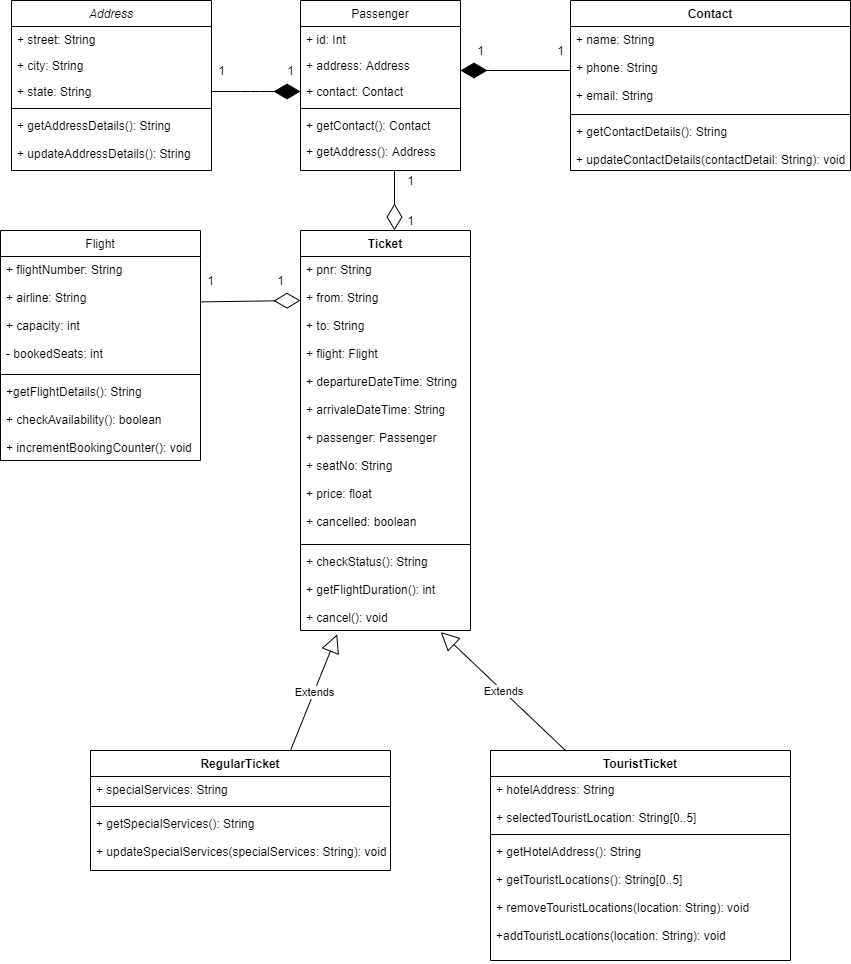
Earlier version of the draw.io export diagram.png (Kishan2407/assignment-1). Source tidied: cells renumbered, new cells last; positions are measured from the earlier drawing's top-left corner, leaving out a move shared by most shapes.
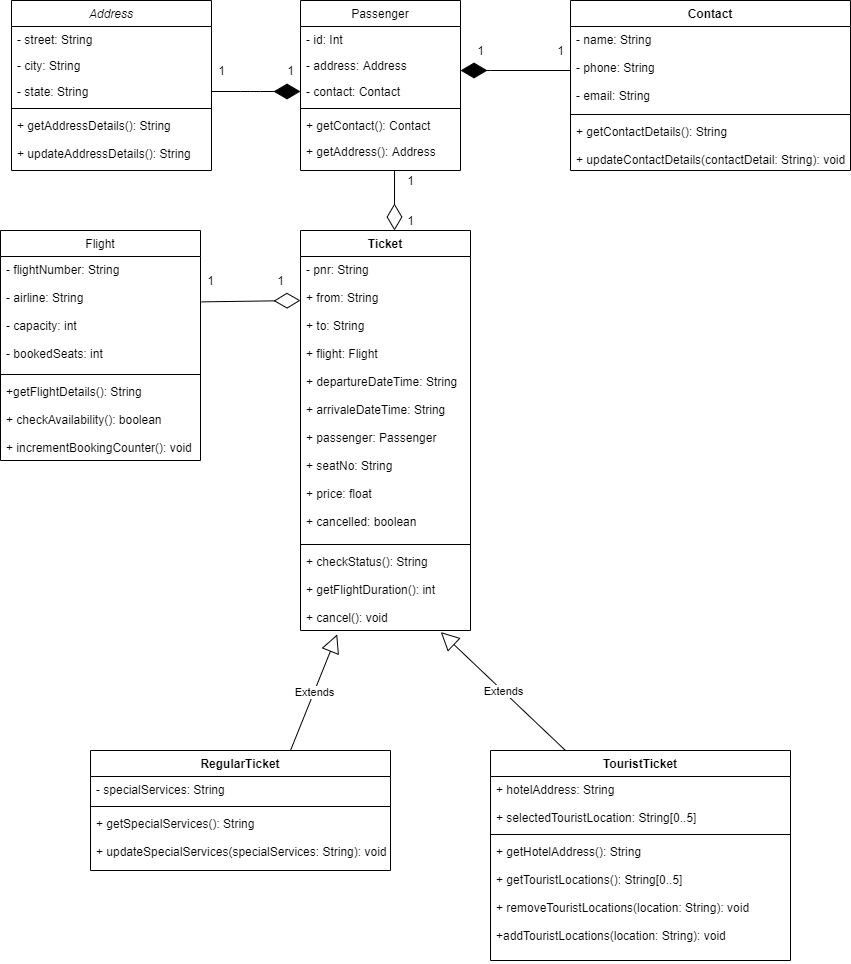
Above is the later version.

What changed in the source:
```diff
@@ -5,13 +5,13 @@
     <mxCell id="2" value="Address" style="swimlane;fontStyle=2;align=center;verticalAlign=top;horizontal=1;startSize=26;rounded=0;shadow=0;strokeWidth=1;" parent="1" vertex="1">
       <mxGeometry x="11" width="200" height="170" as="geometry" />
     </mxCell>
-    <mxCell id="3" value="+ street: String" style="text;align=left;verticalAlign=top;spacingLeft=4;spacingRight=4;overflow=hidden;" parent="2" vertex="1">
+    <mxCell id="3" value="- street: String" style="text;align=left;verticalAlign=top;spacingLeft=4;spacingRight=4;overflow=hidden;" parent="2" vertex="1">
       <mxGeometry y="26" width="200" height="26" as="geometry" />
     </mxCell>
-    <mxCell id="4" value="+ city: String" style="text;align=left;verticalAlign=top;spacingLeft=4;spacingRight=4;overflow=hidden;rounded=0;shadow=0;html=0;" parent="2" vertex="1">
+    <mxCell id="4" value="- city: String" style="text;align=left;verticalAlign=top;spacingLeft=4;spacingRight=4;overflow=hidden;rounded=0;shadow=0;html=0;" parent="2" vertex="1">
       <mxGeometry y="52" width="200" height="26" as="geometry" />
     </mxCell>
-    <mxCell id="5" value="+ state: String" style="text;align=left;verticalAlign=top;spacingLeft=4;spacingRight=4;overflow=hidden;points=[[0,0.5],[1,0.5]];portConstraint=eastwest;rounded=0;shadow=0;html=0;" parent="2" vertex="1">
+    <mxCell id="5" value="- state: String" style="text;align=left;verticalAlign=top;spacingLeft=4;spacingRight=4;overflow=hidden;points=[[0,0.5],[1,0.5]];portConstraint=eastwest;rounded=0;shadow=0;html=0;" parent="2" vertex="1">
       <mxGeometry y="78" width="200" height="26" as="geometry" />
     </mxCell>
     <mxCell id="6" style="line;html=1;strokeWidth=1;align=left;verticalAlign=middle;spacingTop=-1;spacingLeft=3;spacingRight=3;labelPosition=right;" parent="2" vertex="1">
@@ -23,7 +23,7 @@
     <mxCell id="8" value="Flight" style="swimlane;fontStyle=0;align=center;verticalAlign=top;horizontal=1;startSize=26;rounded=0;shadow=0;strokeWidth=1;" parent="1" vertex="1">
       <mxGeometry y="230" width="200" height="230" as="geometry" />
     </mxCell>
-    <mxCell id="9" value="+ flightNumber: String&#10;&#10;+ airline: String&#10;&#10;+ capacity: int&#10;&#10;- bookedSeats: int" style="text;align=left;verticalAlign=top;spacingLeft=4;spacingRight=4;overflow=hidden;points=[[0,0.5],[1,0.5]];portConstraint=eastwest;" parent="8" vertex="1">
+    <mxCell id="9" value="- flightNumber: String&#10;&#10;- airline: String&#10;&#10;- capacity: int&#10;&#10;- bookedSeats: int" style="text;align=left;verticalAlign=top;spacingLeft=4;spacingRight=4;overflow=hidden;points=[[0,0.5],[1,0.5]];portConstraint=eastwest;" parent="8" vertex="1">
       <mxGeometry y="26" width="200" height="114" as="geometry" />
     </mxCell>
     <mxCell id="10" style="line;html=1;strokeWidth=1;align=left;verticalAlign=middle;spacingTop=-1;spacingLeft=3;spacingRight=3;labelPosition=right;" parent="8" vertex="1">
@@ -35,13 +35,13 @@
     <mxCell id="12" value="Passenger" style="swimlane;fontStyle=0;align=center;verticalAlign=top;horizontal=1;startSize=26;rounded=0;shadow=0;strokeWidth=1;" parent="1" vertex="1">
       <mxGeometry x="300" width="160" height="170" as="geometry" />
     </mxCell>
-    <mxCell id="13" value="+ id: Int" style="text;align=left;verticalAlign=top;spacingLeft=4;spacingRight=4;overflow=hidden;" parent="12" vertex="1">
+    <mxCell id="13" value="- id: Int" style="text;align=left;verticalAlign=top;spacingLeft=4;spacingRight=4;overflow=hidden;" parent="12" vertex="1">
       <mxGeometry y="26" width="160" height="26" as="geometry" />
     </mxCell>
-    <mxCell id="14" value="+ address: Address" style="text;align=left;verticalAlign=top;spacingLeft=4;spacingRight=4;overflow=hidden;rounded=0;shadow=0;html=0;" parent="12" vertex="1">
+    <mxCell id="14" value="- address: Address" style="text;align=left;verticalAlign=top;spacingLeft=4;spacingRight=4;overflow=hidden;rounded=0;shadow=0;html=0;" parent="12" vertex="1">
       <mxGeometry y="52" width="160" height="26" as="geometry" />
     </mxCell>
-    <mxCell id="15" value="+ contact: Contact" style="text;align=left;verticalAlign=top;spacingLeft=4;spacingRight=4;overflow=hidden;points=[[0,0.5],[1,0.5]];portConstraint=eastwest;rounded=0;shadow=0;html=0;" parent="12" vertex="1">
+    <mxCell id="15" value="- contact: Contact" style="text;align=left;verticalAlign=top;spacingLeft=4;spacingRight=4;overflow=hidden;points=[[0,0.5],[1,0.5]];portConstraint=eastwest;rounded=0;shadow=0;html=0;" parent="12" vertex="1">
       <mxGeometry y="78" width="160" height="26" as="geometry" />
     </mxCell>
     <mxCell id="16" style="line;html=1;strokeWidth=1;align=left;verticalAlign=middle;spacingTop=-1;spacingLeft=3;spacingRight=3;labelPosition=right;" parent="12" vertex="1">
@@ -56,7 +56,7 @@
     <mxCell id="19" value="Contact" style="swimlane;fontStyle=1;align=center;verticalAlign=top;horizontal=1;startSize=26;" parent="1" vertex="1">
       <mxGeometry x="570" width="280" height="170" as="geometry" />
     </mxCell>
-    <mxCell id="20" value="+ name: String&#10;&#10;+ phone: String&#10;&#10;+ email: String" style="text;strokeColor=none;fillColor=none;align=left;verticalAlign=top;spacingLeft=4;spacingRight=4;overflow=hidden;" parent="19" vertex="1">
+    <mxCell id="20" value="- name: String&#10;&#10;- phone: String&#10;&#10;- email: String" style="text;strokeColor=none;fillColor=none;align=left;verticalAlign=top;spacingLeft=4;spacingRight=4;overflow=hidden;" parent="19" vertex="1">
       <mxGeometry y="26" width="280" height="84" as="geometry" />
     </mxCell>
     <mxCell id="21" style="line;strokeWidth=1;fillColor=none;align=left;verticalAlign=middle;spacingTop=-1;spacingLeft=3;spacingRight=3;labelPosition=right;" parent="19" vertex="1">
@@ -80,7 +80,7 @@
     <mxCell id="27" value="RegularTicket" style="swimlane;fontStyle=1;align=center;verticalAlign=top;horizontal=1;startSize=26;" parent="1" vertex="1">
       <mxGeometry x="90" y="750" width="300" height="120" as="geometry" />
     </mxCell>
-    <mxCell id="28" value="+ specialServices: String" style="text;strokeColor=none;fillColor=none;align=left;verticalAlign=top;spacingLeft=4;spacingRight=4;overflow=hidden;" parent="27" vertex="1">
+    <mxCell id="28" value="- specialServices: String" style="text;strokeColor=none;fillColor=none;align=left;verticalAlign=top;spacingLeft=4;spacingRight=4;overflow=hidden;" parent="27" vertex="1">
       <mxGeometry y="26" width="300" height="26" as="geometry" />
     </mxCell>
     <mxCell id="29" style="line;strokeWidth=1;fillColor=none;align=left;verticalAlign=middle;spacingTop=-1;spacingLeft=3;spacingRight=3;labelPosition=right;" parent="27" vertex="1">
@@ -129,7 +129,7 @@
         <mxPoint y="70" as="targetPoint" />
       </mxGeometry>
     </mxCell>
-    <mxCell id="37" value="+ pnr: String                                          &#10;&#10;+ from: String                          &#10;&#10;+ to: String&#10;&#10;+ flight: Flight&#10;&#10;+ departureDateTime: String&#10;&#10;+ arrivaleDateTime: String&#10;&#10;+ passenger: Passenger&#10;&#10;+ seatNo: String&#10;&#10;+ price: float&#10;&#10;+ cancelled: boolean &#10;" style="text;strokeColor=none;fillColor=none;align=left;verticalAlign=top;spacingLeft=4;spacingRight=4;overflow=hidden;" parent="35" vertex="1">
+    <mxCell id="37" value="- pnr: String                                          &#10;&#10;+ from: String                          &#10;&#10;+ to: String&#10;&#10;+ flight: Flight&#10;&#10;+ departureDateTime: String&#10;&#10;+ arrivaleDateTime: String&#10;&#10;+ passenger: Passenger&#10;&#10;+ seatNo: String&#10;&#10;+ price: float&#10;&#10;+ cancelled: boolean &#10;" style="text;strokeColor=none;fillColor=none;align=left;verticalAlign=top;spacingLeft=4;spacingRight=4;overflow=hidden;" parent="35" vertex="1">
       <mxGeometry y="26" width="170" height="284" as="geometry" />
     </mxCell>
     <mxCell id="38" style="line;strokeWidth=1;fillColor=none;align=left;verticalAlign=middle;spacingTop=-1;spacingLeft=3;spacingRight=3;labelPosition=right;" parent="35" vertex="1">
```
